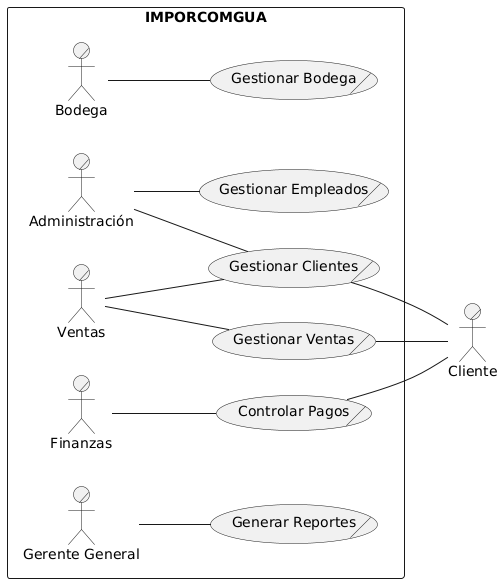
Earlier version of the PlantUML export docs/assets/cdu/CDU-PRIMERA-DESCOMPOSICION.png (LuisCif-20/AYD2_V1S2025_PROYECTO_G9).
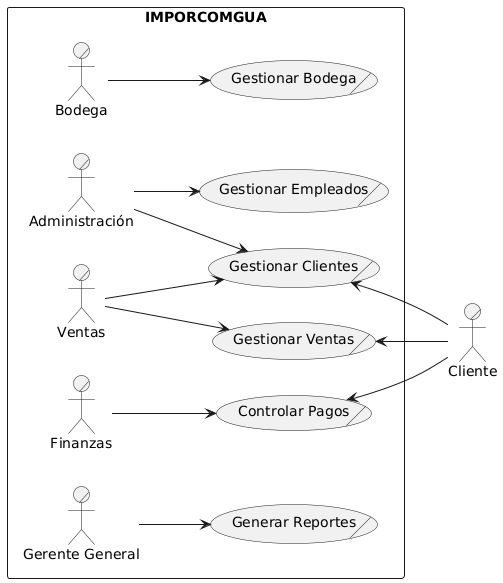
Later version of the same file.

What changed in the source:
```diff
@@ -19,17 +19,17 @@
     usecase/ "Controlar Pagos" as CP
     usecase/ "Generar Reportes" as GR
 
-    Bodega -- GB
-    Finanzas -- CP
-    GG -- GR
-    Ventas -- GC
-    Ventas -- GV
-    Administración -- GC
-    Administración -- GE
+    Bodega --> GB
+    Finanzas --> CP
+    GG --> GR
+    Ventas --> GC
+    Ventas --> GV
+    Administración --> GC
+    Administración --> GE
 
-    Cliente -- GC
-    Cliente -up- GV
-    Cliente -up- CP
+    Cliente --> GC
+    Cliente -up-> GV
+    Cliente -up-> CP
 
 }
 @enduml
```
